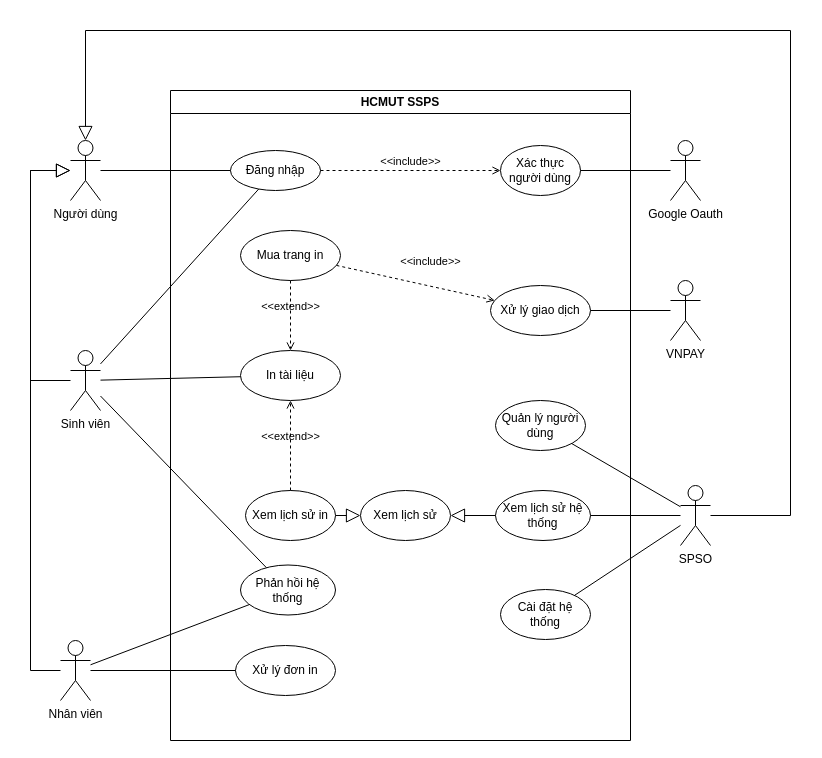
The draw.io diagram ssps-use-cases.drawio in blueonline07/test-somth, before the edit. Source tidied: cells renumbered, new cells numbered last; positions are measured from the earlier drawing's top-left corner, leaving out a move shared by most shapes. Both pictures are drawn from the tidied source at 100%, with x=0, y=0 at pixel (30, 30).
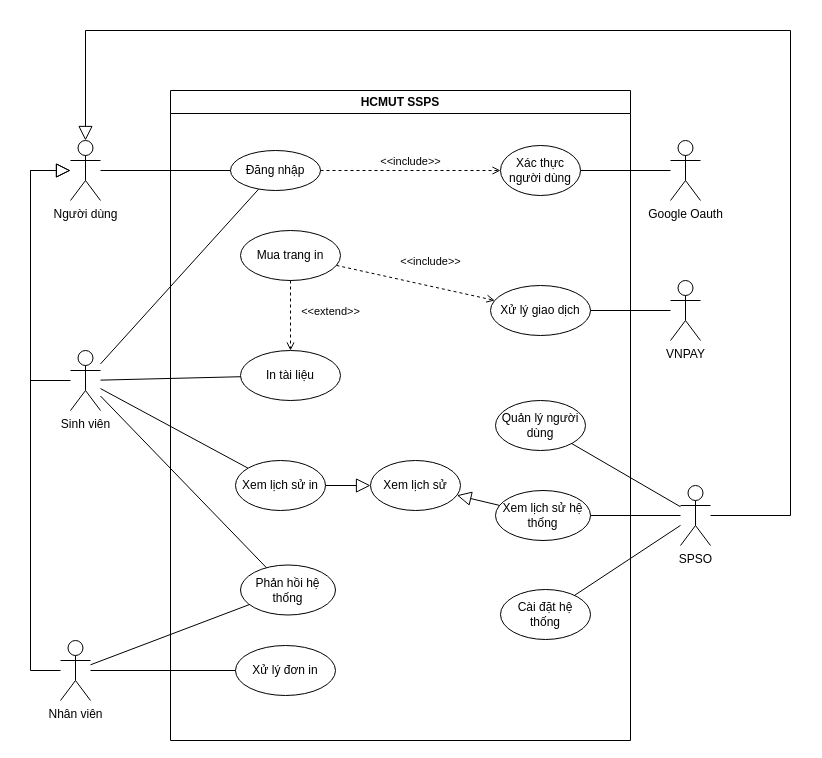
The same page after the edit.

Unchanged cells that the change refers to:
```xml
<mxCell id="2" value="HCMUT SSPS" style="swimlane;whiteSpace=wrap;html=1;" parent="1" vertex="1">
  <mxGeometry x="140" y="60" width="460" height="650" as="geometry" />
</mxCell>
<mxCell id="6" value="In tài liệu" style="ellipse;whiteSpace=wrap;html=1;" parent="2" vertex="1">
  <mxGeometry x="70" y="260" width="100" height="50" as="geometry" />
</mxCell>
<mxCell id="8" value="Mua trang in" style="ellipse;whiteSpace=wrap;html=1;" parent="2" vertex="1">
  <mxGeometry x="70" y="140" width="100" height="50" as="geometry" />
</mxCell>
<mxCell id="25" value="Sinh viên" style="shape=umlActor;verticalLabelPosition=bottom;verticalAlign=top;html=1;outlineConnect=0;" parent="1" vertex="1">
  <mxGeometry x="40" y="320" width="30" height="60" as="geometry" />
</mxCell>
```

Change to the diagram source:
```diff
@@
     <mxCell id="13" value="Xem lịch sử in" style="ellipse;whiteSpace=wrap;html=1;" parent="2" vertex="1">
-      <mxGeometry x="75" y="400" width="90" height="50" as="geometry" />
+      <mxGeometry x="65" y="370" width="90" height="50" as="geometry" />
     </mxCell>
     <mxCell id="14" value="Xem lịch sử" style="ellipse;whiteSpace=wrap;html=1;" parent="2" vertex="1">
-      <mxGeometry x="190" y="400" width="90" height="50" as="geometry" />
+      <mxGeometry x="200" y="370" width="90" height="50" as="geometry" />
     </mxCell>
@@
-    <mxCell id="17" value="&amp;lt;&amp;lt;extend&amp;gt;&amp;gt;" style="html=1;verticalAlign=bottom;labelBackgroundColor=none;endArrow=open;endFill=0;dashed=1;rounded=0;" parent="2" edge="1" source="13" target="6">
-      <mxGeometry relative="1" as="geometry" />
-    </mxCell>
     <mxCell id="18" value="&amp;lt;&amp;lt;extend&amp;gt;&amp;gt;" style="html=1;verticalAlign=bottom;labelBackgroundColor=none;endArrow=open;endFill=0;dashed=1;rounded=0;" parent="2" edge="1" source="8" target="6">
-      <mxGeometry relative="1" as="geometry" />
+      <mxGeometry x="0.14" y="40" relative="1" as="geometry" />
     </mxCell>
@@
+    <mxCell id="41" style="endArrow=none;html=1;rounded=0;" parent="1" edge="1" source="13" target="25">
+      <mxGeometry relative="1" as="geometry" />
+    </mxCell>
```
